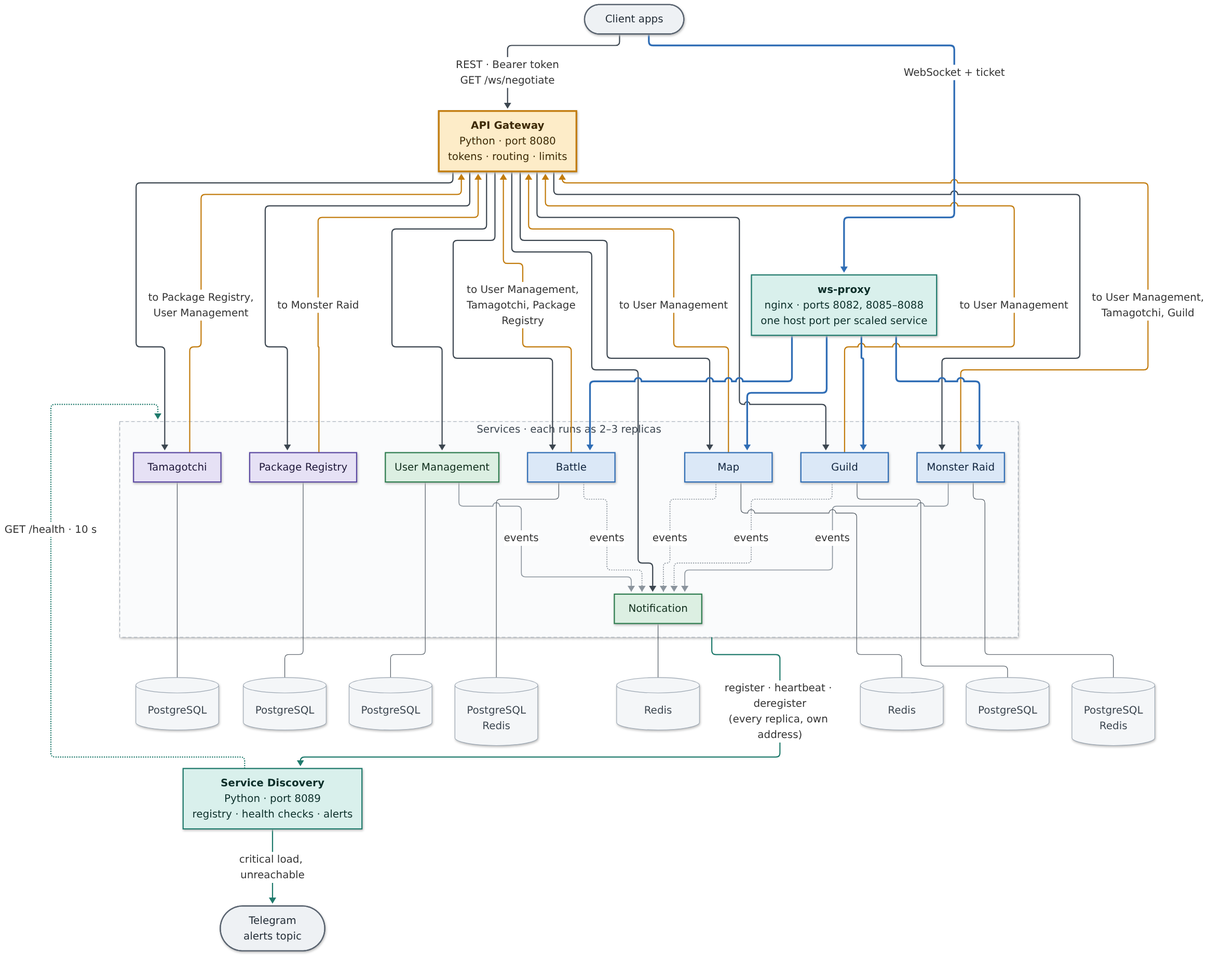
IsStephy/pad-team-14-tamagotchi-go keeps this Mermaid diagram as docs/images/architecture.png. Above is the earlier version. Its source is kept beside it as docs/images/architecture.mmd.
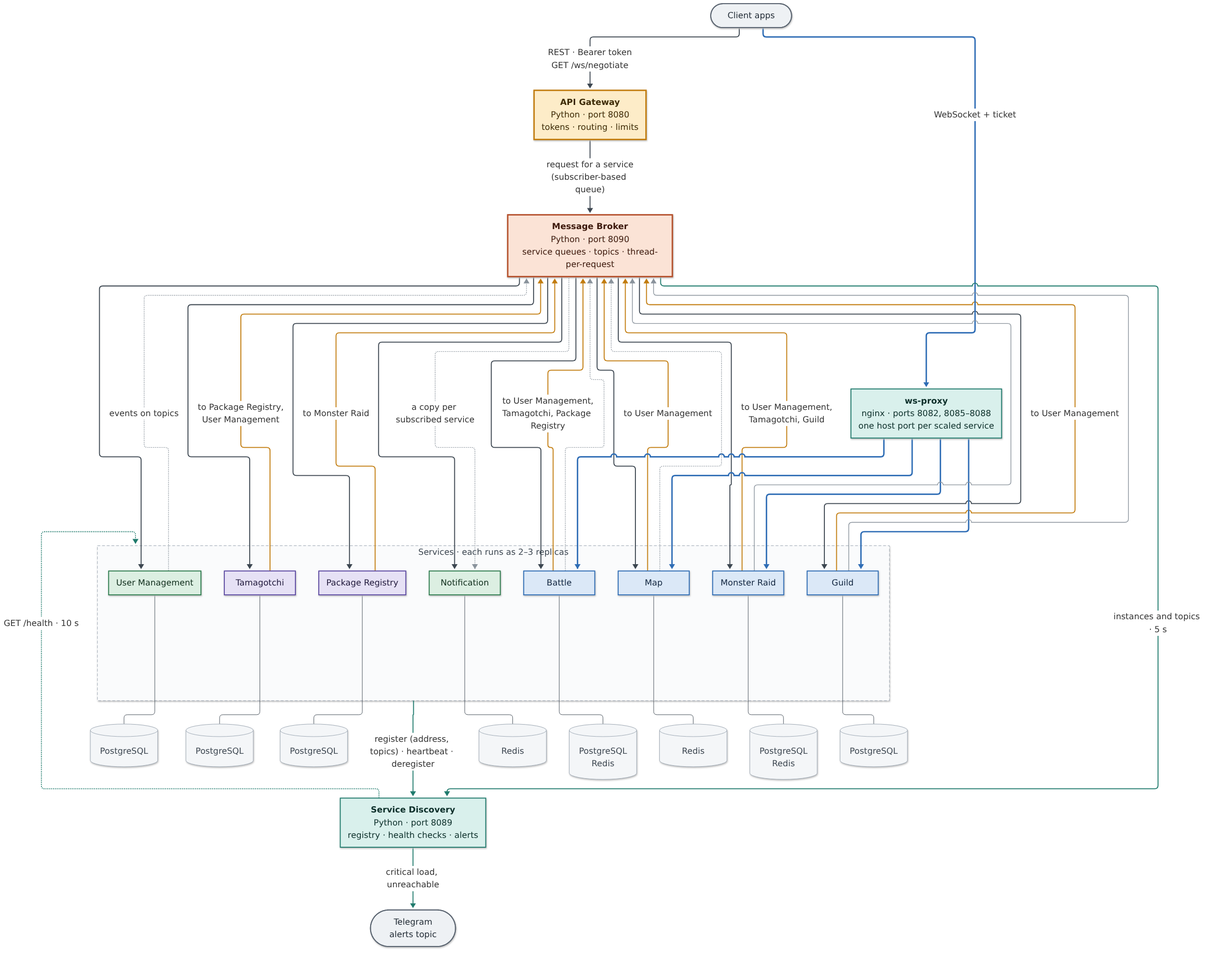
The same file after the commit.

Commit message:
docs(architecture): put the Message Broker between the Gateway and the services

Requests, service-to-service calls and events go through the broker; the
broker reads instances and topics from Service Discovery. The legend
follows. Refs #159

What changed in the source:
```diff
@@ -2,6 +2,7 @@
 
     Client(["Client apps"])
     GW["<b>API Gateway</b><br/>Python · port 8080<br/>tokens · routing · limits"]
+    MB["<b>Message Broker</b><br/>Python · port 8090<br/>service queues · topics · thread-per-request"]
     WP["<b>ws-proxy</b><br/>nginx · ports 8082, 8085–8088<br/>one host port per scaled service"]
     SD["<b>Service Discovery</b><br/>Python · port 8089<br/>registry · health checks · alerts"]
     TGM(["Telegram<br/>alerts topic"])
@@ -28,21 +29,22 @@
 
     Client -->|"REST · Bearer token<br/>GET /ws/negotiate"| GW
 
-    GW --> UM
-    GW --> BT
-    GW --> TG
-    GW --> NT
-    GW --> MP
-    GW --> MR
-    GW --> GD
-    GW --> PR
+    GW -->|"request for a service<br/>(subscriber-based queue)"| MB
+    MB --> UM
+    MB --> BT
+    MB --> TG
+    MB --> NT
+    MB --> MP
+    MB --> MR
+    MB --> GD
+    MB --> PR
 
-    BT -->|"to User Management,<br/>Tamagotchi, Package Registry"| GW
-    MR -->|"to User Management,<br/>Tamagotchi, Guild"| GW
-    PR -->|"to Monster Raid"| GW
-    MP -->|"to User Management"| GW
-    TG -->|"to Package Registry,<br/>User Management"| GW
-    GD -->|"to User Management"| GW
+    BT -->|"to User Management,<br/>Tamagotchi, Package Registry"| MB
+    MR -->|"to User Management,<br/>Tamagotchi, Guild"| MB
+    PR -->|"to Monster Raid"| MB
+    MP -->|"to User Management"| MB
+    TG -->|"to Package Registry,<br/>User Management"| MB
+    GD -->|"to User Management"| MB
 
     Client ==>|"WebSocket + ticket"| WP
     WP ==> BT
@@ -50,11 +52,12 @@
     WP ==> MR
     WP ==> GD
 
-    UM -.->|events| NT
-    BT -.->|events| NT
-    MP -.->|events| NT
-    MR -.->|events| NT
-    GD -.->|events| NT
+    UM -.->|"events on topics"| MB
+    BT -.-> MB
+    MP -.-> MB
+    MR -.-> MB
+    GD -.-> MB
+    MB -.->|"a copy per subscribed service"| NT
 
     UM --- UMdb
     BT --- BTdb
@@ -65,12 +68,14 @@
     GD --- GDdb
     PR --- PRdb
 
-    Services -->|"register · heartbeat · deregister<br/>(every replica, own address)"| SD
+    Services -->|"register (address, topics) · heartbeat · deregister"| SD
     SD -.->|"GET /health · 10 s"| Services
     SD -->|"critical load, unreachable"| TGM
+    MB -->|"instances and topics · 5 s"| SD
 
     classDef client fill:#eef1f4,stroke:#5a6470,stroke-width:2px,color:#1f2933
     classDef gateway fill:#fdecc8,stroke:#c27c0e,stroke-width:3px,color:#3d2a05
+    classDef broker fill:#fbe3d6,stroke:#b5502b,stroke-width:3px,color:#3b170a
     classDef blue fill:#dbe8f7,stroke:#2f6db5,stroke-width:2px,color:#10243e
     classDef purple fill:#e6e1f5,stroke:#5b48a2,stroke-width:2px,color:#1d1638
     classDef green fill:#dcefe2,stroke:#2e7d4f,stroke-width:2px,color:#0f2d1b
@@ -79,6 +84,7 @@
 
     class Client,TGM client
     class GW gateway
+    class MB broker
     class MR,BT,GD,MP blue
     class TG,PR purple
     class UM,NT green
@@ -86,8 +92,8 @@
     class UMdb,BTdb,TGdb,NTdb,MPdb,MRdb,GDdb,PRdb db
     style Services fill:#fafbfc,stroke:#9aa5b1,stroke-dasharray:6 4,color:#3c4650
 
-    linkStyle 0,1,2,3,4,5,6,7,8 stroke:#3c4650,stroke-width:2px
-    linkStyle 9,10,11,12,13,14 stroke:#c27c0e,stroke-width:2px
-    linkStyle 15,16,17,18,19 stroke:#2f6db5,stroke-width:3px
-    linkStyle 20,21,22,23,24 stroke:#8a939c,stroke-width:1.5px
-    linkStyle 33,34,35 stroke:#1f7a6c,stroke-width:2px
+    linkStyle 0,1,2,3,4,5,6,7,8,9 stroke:#3c4650,stroke-width:2px
+    linkStyle 10,11,12,13,14,15 stroke:#c27c0e,stroke-width:2px
+    linkStyle 16,17,18,19,20 stroke:#2f6db5,stroke-width:3px
+    linkStyle 21,22,23,24,25,26 stroke:#8a939c,stroke-width:1.5px
+    linkStyle 35,36,37,38 stroke:#1f7a6c,stroke-width:2px
```
